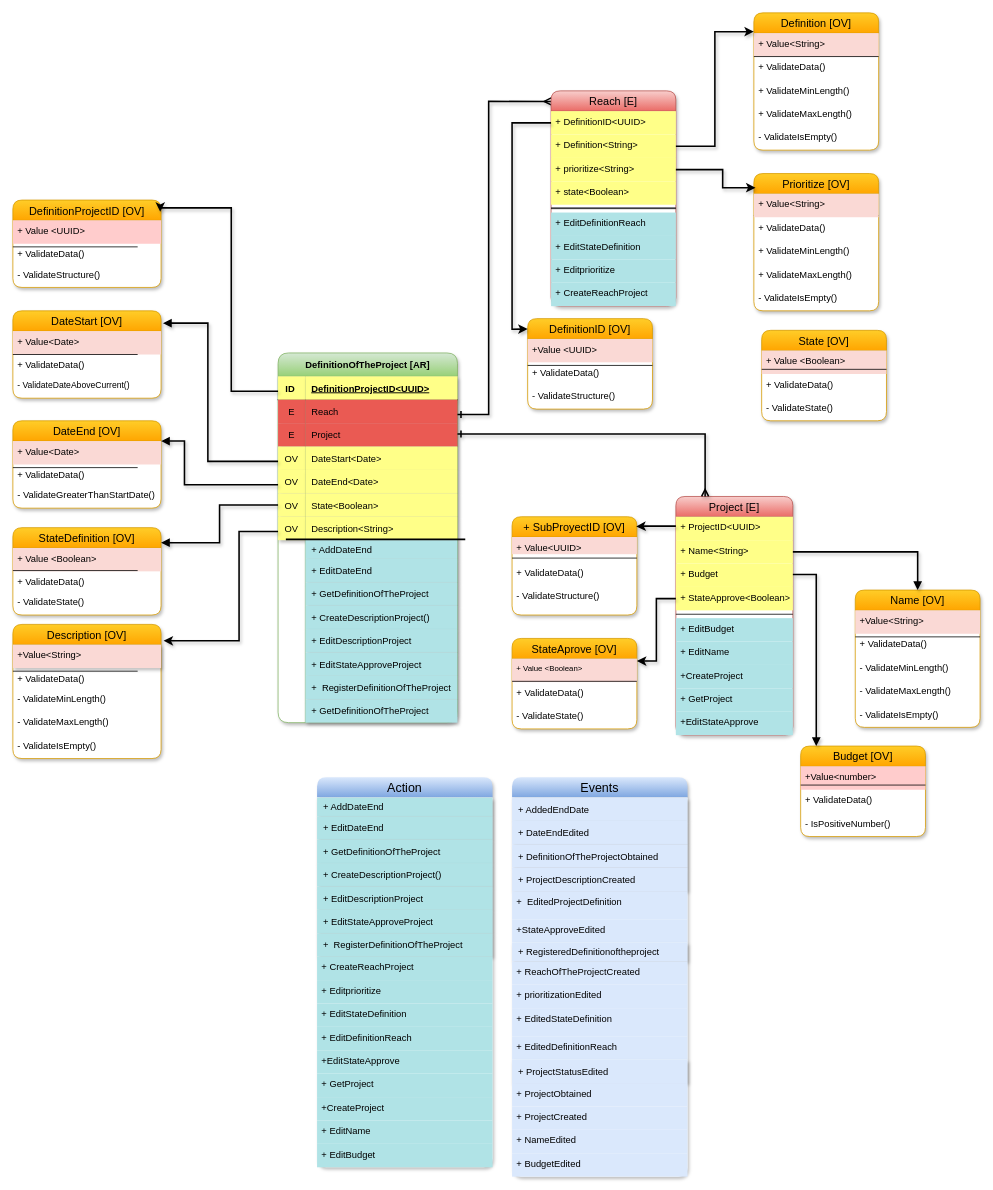
Above: page "DefinitionOfTheProject [AR]" (2 of 5) of DDD.drawio in migueltorresd/C1-2023-DDD-Colombia (draw.io), before the change. Source tidied: cells renumbered, new cells numbered last; positions are measured from the earlier drawing's top-left corner, leaving out a move shared by most shapes. Both pictures are drawn from the tidied source at 78%, with x=0, y=0 at pixel (12, 12).
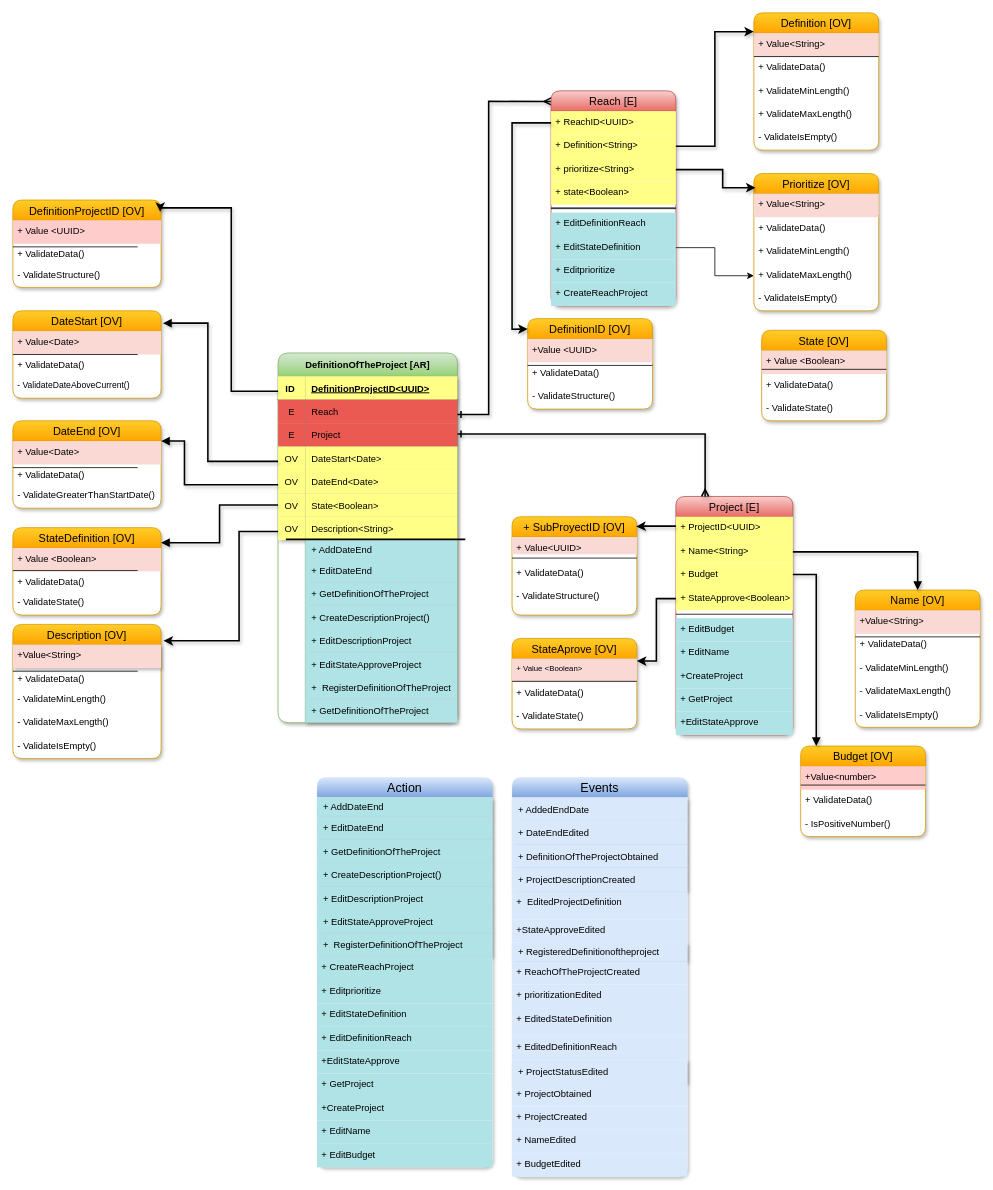
After the change.

The change refers to these unchanged cells:
```xml
<mxCell id="123" value="Reach [E]" style="swimlane;fontStyle=0;horizontal=1;startSize=26;align=center;fontSize=14;fillColor=#f8cecc;gradientColor=#ea6b66;strokeColor=#b85450;swimlaneFillColor=default;rounded=1;shadow=1;" parent="1" vertex="1">
  <mxGeometry x="690" y="100" width="160" height="276" as="geometry" />
</mxCell>
<mxCell id="131" value="+ EditStateDefinition" style="text;strokeColor=none;fillColor=#b0e3e6;spacingLeft=4;spacingRight=4;overflow=hidden;points=[[0,0.5],[1,0.5]];portConstraint=eastwest;fontSize=12;" parent="123" vertex="1">
  <mxGeometry y="186" width="160" height="30" as="geometry" />
</mxCell>
<mxCell id="146" value="+ ValidateMaxLength()" style="text;strokeColor=none;fillColor=none;spacingLeft=4;spacingRight=4;overflow=hidden;points=[[0,0.5],[1,0.5]];portConstraint=eastwest;fontSize=12;" parent="141" vertex="1">
  <mxGeometry y="116" width="160" height="30" as="geometry" />
</mxCell>
```

The edit, as a diff of the source:
```diff
@@
-    <mxCell id="124" value="+ DefinitionID&lt;UUID&gt;" style="text;strokeColor=none;fillColor=#ffff88;spacingLeft=4;spacingRight=4;overflow=hidden;points=[[0,0.5],[1,0.5]];portConstraint=eastwest;fontSize=12;" parent="123" vertex="1">
+    <mxCell id="124" value="+ ReachID&lt;UUID&gt;" style="text;strokeColor=none;fillColor=#ffff88;spacingLeft=4;spacingRight=4;overflow=hidden;points=[[0,0.5],[1,0.5]];portConstraint=eastwest;fontSize=12;" parent="123" vertex="1">
       <mxGeometry y="26" width="160" height="30" as="geometry" />
     </mxCell>
@@
+    <mxCell id="208" style="edgeStyle=orthogonalEdgeStyle;rounded=0;jettySize=auto;html=1;" parent="1" edge="1" source="131" target="146">
+      <mxGeometry relative="1" as="geometry" />
+    </mxCell>
```
